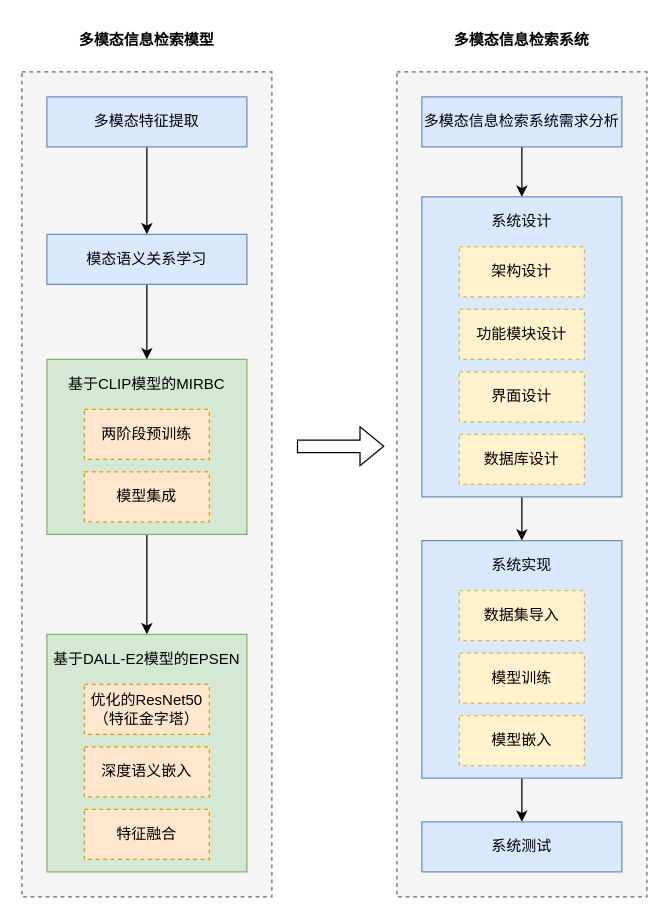
The draw.io diagram page "图1.6 技术路线图" (6 of 6) of 论文/第1章/第一章.drawio in ssl1995/draw, before the edit. Source tidied: cells renumbered, new cells numbered last; positions are measured from the earlier drawing's top-left corner, leaving out a move shared by most shapes. Both pictures are drawn from the tidied source at 125%, with x=0, y=0 at pixel (21, 21).
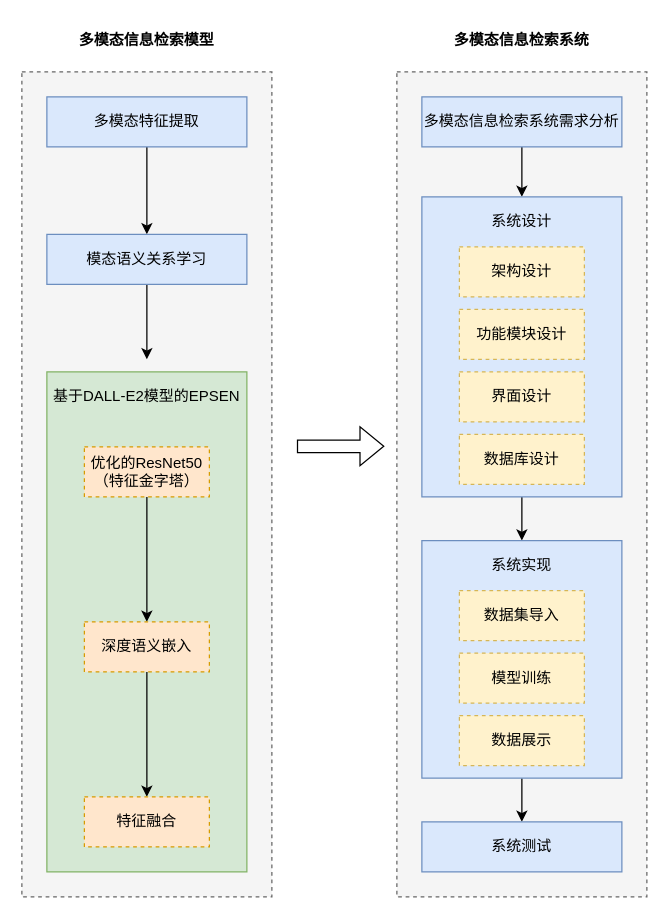
The same page after the edit.

Unchanged cells that the change refers to:
```xml
<mxCell id="7" value="模态语义关系学习" style="rounded=0;whiteSpace=wrap;html=1;fontStyle=0;fillColor=#dae8fc;strokeColor=#6c8ebf;" parent="1" vertex="1">
  <mxGeometry x="20" y="170" width="160" height="40" as="geometry" />
</mxCell>
```

Diff of the diagram source:
```diff
@@
-    <mxCell id="6" style="edgeStyle=orthogonalEdgeStyle;rounded=0;jettySize=auto;html=1;entryX=0.5;entryY=0;entryDx=0;entryDy=0;fontStyle=0;" parent="1" edge="1" source="7" target="11">
-      <mxGeometry relative="1" as="geometry" />
+    <mxCell id="6" style="edgeStyle=orthogonalEdgeStyle;rounded=0;jettySize=auto;html=1;entryX=0.5;entryY=0;entryDx=0;entryDy=0;fontStyle=0;" parent="1" edge="1" source="7">
+      <mxGeometry relative="1" as="geometry">
+        <mxPoint x="100" y="270" as="targetPoint" />
+      </mxGeometry>
     </mxCell>
@@
-    <mxCell id="8" style="edgeStyle=orthogonalEdgeStyle;rounded=0;jettySize=auto;html=1;entryX=0.5;entryY=0;entryDx=0;entryDy=0;fontStyle=0;" parent="1" edge="1" source="9" target="14">
-      <mxGeometry relative="1" as="geometry" />
-    </mxCell>
-    <mxCell id="9" style="rounded=0;whiteSpace=wrap;html=1;fontStyle=0;fillColor=#d5e8d4;strokeColor=#82b366;" parent="1" vertex="1">
-      <mxGeometry x="20" y="270" width="160" height="140" as="geometry" />
-    </mxCell>
-    <mxCell id="10" value="两阶段预训练" style="rounded=0;whiteSpace=wrap;html=1;dashed=1;fontStyle=0;fillColor=#ffe6cc;strokeColor=#d79b00;" parent="1" vertex="1">
-      <mxGeometry x="50" y="310" width="100" height="40" as="geometry" />
-    </mxCell>
-    <mxCell id="11" value="基于CLIP模型的MIRBC" style="text;html=1;align=center;verticalAlign=middle;whiteSpace=wrap;rounded=0;fontStyle=0;" parent="1" vertex="1">
-      <mxGeometry x="20" y="270" width="160" height="40" as="geometry" />
-    </mxCell>
-    <mxCell id="12" value="&lt;span style=&quot;background-color: initial;&quot;&gt;模型集成&lt;/span&gt;" style="rounded=0;whiteSpace=wrap;html=1;dashed=1;fontStyle=0;fillColor=#ffe6cc;strokeColor=#d79b00;" parent="1" vertex="1">
-      <mxGeometry x="50" y="360" width="100" height="40" as="geometry" />
-    </mxCell>
     <mxCell id="13" style="rounded=0;whiteSpace=wrap;html=1;fontStyle=0;fillColor=#d5e8d4;strokeColor=#82b366;" parent="1" vertex="1">
-      <mxGeometry x="20" y="490" width="160" height="190" as="geometry" />
+      <mxGeometry x="20" y="280" width="160" height="400" as="geometry" />
     </mxCell>
     <mxCell id="14" value="基于DALL-E2模型的EPSEN" style="text;html=1;align=center;verticalAlign=middle;whiteSpace=wrap;rounded=0;fontStyle=0;" parent="1" vertex="1">
-      <mxGeometry x="20" y="490" width="160" height="40" as="geometry" />
+      <mxGeometry x="20" y="280" width="160" height="40" as="geometry" />
     </mxCell>
+    <mxCell id="37" style="edgeStyle=orthogonalEdgeStyle;rounded=0;jettySize=auto;html=1;" parent="1" edge="1" source="15" target="16">
+      <mxGeometry relative="1" as="geometry" />
+    </mxCell>
     <mxCell id="15" value="优化的ResNet50&lt;div&gt;（特征金字塔）&lt;/div&gt;" style="rounded=0;whiteSpace=wrap;html=1;dashed=1;fontStyle=0;fillColor=#ffe6cc;strokeColor=#d79b00;" parent="1" vertex="1">
-      <mxGeometry x="50" y="530" width="100" height="40" as="geometry" />
+      <mxGeometry x="50" y="340" width="100" height="40" as="geometry" />
     </mxCell>
+    <mxCell id="38" style="edgeStyle=orthogonalEdgeStyle;rounded=0;jettySize=auto;html=1;entryX=0.5;entryY=0;entryDx=0;entryDy=0;" parent="1" edge="1" source="16" target="17">
+      <mxGeometry relative="1" as="geometry" />
+    </mxCell>
     <mxCell id="16" value="深度语义嵌入" style="rounded=0;whiteSpace=wrap;html=1;dashed=1;fontStyle=0;fillColor=#ffe6cc;strokeColor=#d79b00;" parent="1" vertex="1">
-      <mxGeometry x="50" y="580" width="100" height="40" as="geometry" />
+      <mxGeometry x="50" y="480" width="100" height="40" as="geometry" />
     </mxCell>
     <mxCell id="17" value="特征融合" style="rounded=0;whiteSpace=wrap;html=1;dashed=1;fontStyle=0;fillColor=#ffe6cc;strokeColor=#d79b00;" parent="1" vertex="1">
-      <mxGeometry x="50" y="630" width="100" height="40" as="geometry" />
+      <mxGeometry x="50" y="620" width="100" height="40" as="geometry" />
     </mxCell>
@@
-    <mxCell id="32" value="模型嵌入" style="rounded=0;whiteSpace=wrap;html=1;dashed=1;fontStyle=0;fillColor=#fff2cc;strokeColor=#d6b656;" parent="1" vertex="1">
+    <mxCell id="32" value="数据展示" style="rounded=0;whiteSpace=wrap;html=1;dashed=1;fontStyle=0;fillColor=#fff2cc;strokeColor=#d6b656;" parent="1" vertex="1">
       <mxGeometry x="350" y="555" width="100" height="40" as="geometry" />
     </mxCell>
```
